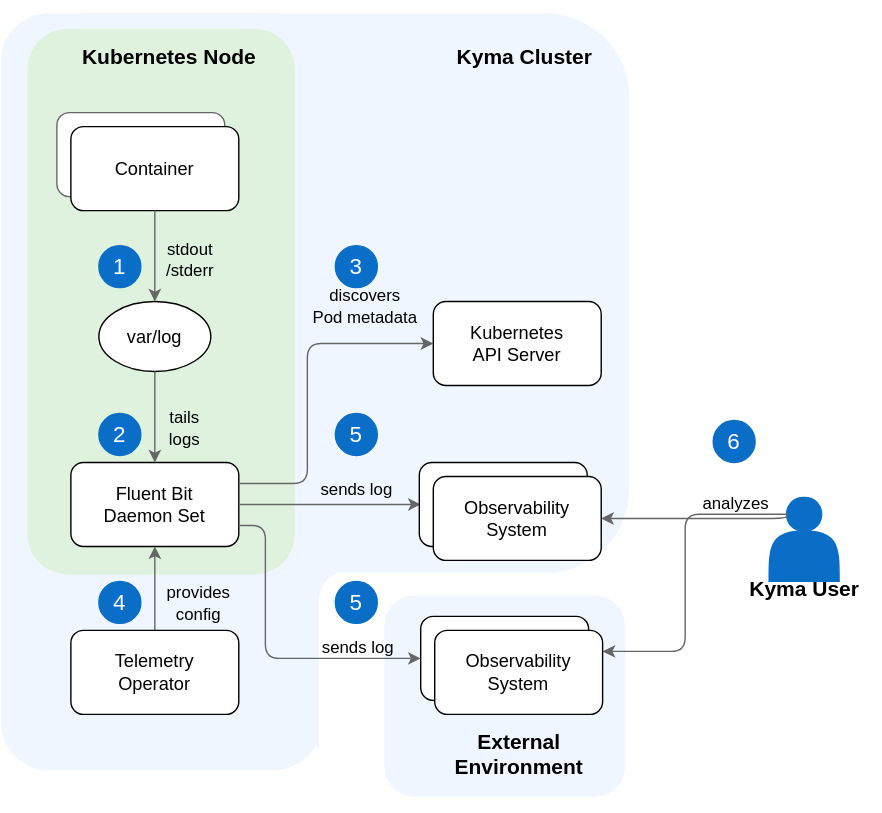
This is docs/user/assets/logging-arch.drawio.svg from kyma-project/telemetry-manager, a draw.io export, as it was before one commit. Source tidied: cells renumbered, new cells last; positions are measured from the earlier drawing's top-left corner, leaving out a move shared by most shapes.
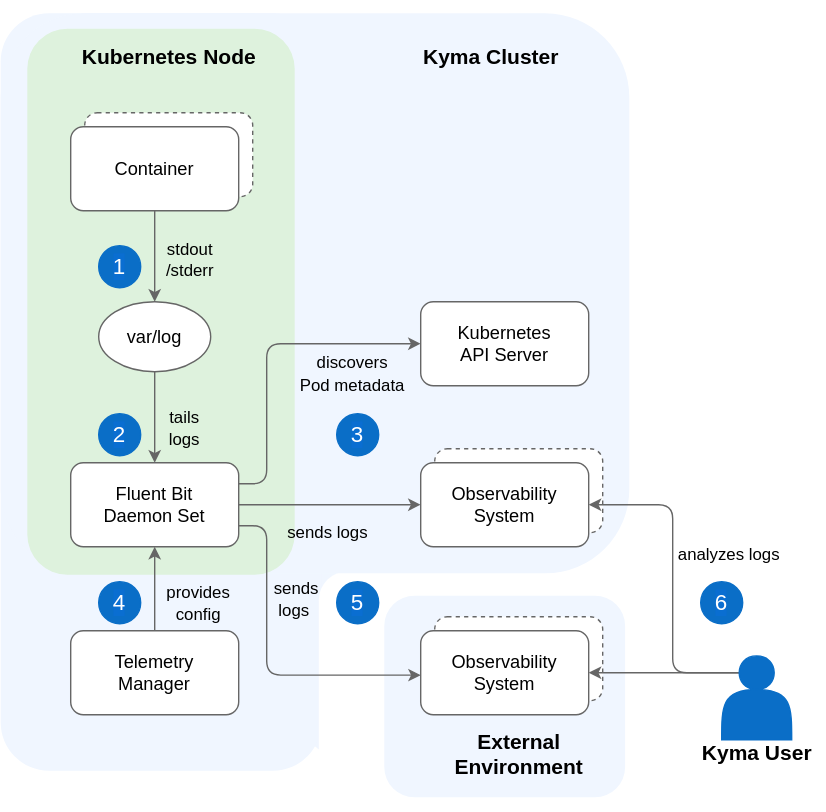
Above is the later version.

What changed in the source:
```diff
@@ -3,7 +3,7 @@
     <mxCell id="0" />
     <mxCell id="1" parent="0" />
     <mxCell id="2" style="rounded=0;whiteSpace=wrap;html=1;strokeColor=none;fillColor=#FFFFFF;" parent="1" vertex="1">
-      <mxGeometry width="629" height="580" as="geometry" />
+      <mxGeometry width="590" height="580" as="geometry" />
     </mxCell>
     <mxCell id="3" style="rounded=1;whiteSpace=wrap;html=1;strokeColor=none;fillColor=#F0F6FF;" parent="1" vertex="1">
       <mxGeometry x="219" y="402.5" width="118.7" height="135" as="geometry" />
@@ -20,13 +20,13 @@
     <mxCell id="7" style="rounded=1;whiteSpace=wrap;html=1;strokeColor=none;fillColor=#DEF2DD;" parent="1" vertex="1">
       <mxGeometry x="19" y="20" width="191" height="390" as="geometry" />
     </mxCell>
-    <mxCell id="8" style="rounded=1;whiteSpace=wrap;html=1;fillColor=#ffffff;gradientColor=none;strokeColor=#666666;" parent="1" vertex="1">
-      <mxGeometry x="40" y="80" width="120" height="60" as="geometry" />
+    <mxCell id="8" style="rounded=1;whiteSpace=wrap;html=1;fillColor=#ffffff;gradientColor=none;strokeColor=#666666;dashed=1;" parent="1" vertex="1">
+      <mxGeometry x="60" y="80" width="120" height="60" as="geometry" />
     </mxCell>
-    <mxCell id="9" value="Container" style="rounded=1;whiteSpace=wrap;html=1;fontSize=13;" parent="1" vertex="1">
+    <mxCell id="9" value="Container" style="rounded=1;whiteSpace=wrap;html=1;fontSize=13;strokeColor=#666666;" parent="1" vertex="1">
       <mxGeometry x="50" y="90" width="120" height="60" as="geometry" />
     </mxCell>
-    <mxCell id="10" value="var/log" style="ellipse;whiteSpace=wrap;html=1;fontSize=13;" parent="1" vertex="1">
+    <mxCell id="10" value="var/log" style="ellipse;whiteSpace=wrap;html=1;fontSize=13;strokeColor=#666666;" parent="1" vertex="1">
       <mxGeometry x="70" y="215" width="80" height="50" as="geometry" />
     </mxCell>
     <mxCell id="11" style="edgeStyle=orthogonalEdgeStyle;rounded=1;jettySize=auto;html=1;startArrow=none;startFill=0;endArrow=classic;endFill=1;strokeColor=#666666;exitX=0.5;exitY=1;exitDx=0;exitDy=0;entryX=0.5;entryY=0;entryDx=0;entryDy=0;" parent="1" edge="1" source="9" target="10">
@@ -35,7 +35,7 @@
     <mxCell id="12" value="stdout&lt;br&gt;/stderr" style="text;html=1;align=center;verticalAlign=middle;" parent="1" vertex="1">
       <mxGeometry x="110" y="170" width="50" height="30" as="geometry" />
     </mxCell>
-    <mxCell id="13" value="Fluent Bit&lt;br&gt;Daemon Set" style="rounded=1;whiteSpace=wrap;html=1;fontSize=13;" parent="1" vertex="1">
+    <mxCell id="13" value="Fluent Bit&lt;br&gt;Daemon Set" style="rounded=1;whiteSpace=wrap;html=1;fontSize=13;strokeColor=#666666;" parent="1" vertex="1">
       <mxGeometry x="50" y="330" width="120" height="60" as="geometry" />
     </mxCell>
     <mxCell id="14" value="&lt;font style=&quot;font-size: 16px&quot;&gt;1&lt;/font&gt;" style="ellipse;whiteSpace=wrap;html=1;labelBackgroundColor=#0A6ED1;fontColor=#FFFFFF;fillColor=#0A6EC7;strokeColor=#0A6EC7;" parent="1" vertex="1">
@@ -44,36 +44,28 @@
     <mxCell id="15" style="edgeStyle=orthogonalEdgeStyle;rounded=1;jettySize=auto;html=1;startArrow=none;startFill=0;endArrow=classic;endFill=1;exitX=1;exitY=0.25;exitDx=0;exitDy=0;strokeColor=#666666;entryX=0;entryY=0.5;entryDx=0;entryDy=0;" parent="1" edge="1" source="13" target="26">
       <mxGeometry relative="1" as="geometry">
         <Array as="points">
-          <mxPoint x="219" y="345" />
-          <mxPoint x="219" y="245" />
+          <mxPoint x="190" y="345" />
+          <mxPoint x="190" y="245" />
         </Array>
       </mxGeometry>
     </mxCell>
     <mxCell id="16" value="&lt;font style=&quot;font-size: 12px&quot;&gt;discovers&lt;br&gt;Pod metadata&lt;/font&gt;" style="text;html=1;align=center;verticalAlign=middle;labelBackgroundColor=none;fontSize=13;" parent="15" vertex="1">
       <mxGeometry x="-0.24" y="2" relative="1" as="geometry">
-        <mxPoint x="42" y="-86" as="offset" />
+        <mxPoint x="62" y="-12" as="offset" />
       </mxGeometry>
     </mxCell>
     <mxCell id="17" value="&lt;font style=&quot;font-size: 16px&quot;&gt;2&lt;/font&gt;" style="ellipse;whiteSpace=wrap;html=1;labelBackgroundColor=#0A6ED1;fontColor=#FFFFFF;fillColor=#0A6EC7;strokeColor=#0A6EC7;" parent="1" vertex="1">
       <mxGeometry x="70" y="295" width="30" height="30" as="geometry" />
     </mxCell>
     <mxCell id="18" value="&lt;font style=&quot;font-size: 16px&quot;&gt;5&lt;/font&gt;" style="ellipse;whiteSpace=wrap;html=1;labelBackgroundColor=#0A6ED1;fontColor=#FFFFFF;fillColor=#0A6EC7;strokeColor=#0A6EC7;" parent="1" vertex="1">
-      <mxGeometry x="239" y="295" width="30" height="30" as="geometry" />
+      <mxGeometry x="240" y="415" width="30" height="30" as="geometry" />
     </mxCell>
-    <mxCell id="19" value="sends log&amp;nbsp;" style="text;html=1;align=center;verticalAlign=middle;strokeColor=none;" parent="1" vertex="1">
-      <mxGeometry x="219" y="340" width="70" height="20" as="geometry" />
+    <mxCell id="19" value="sends logs&amp;nbsp;" style="text;html=1;align=center;verticalAlign=middle;strokeColor=none;" parent="1" vertex="1">
+      <mxGeometry x="195" y="365" width="80" height="30" as="geometry" />
     </mxCell>
     <mxCell id="20" value="&lt;font style=&quot;font-size: 15px&quot;&gt;&lt;b&gt;Kubernetes Node&lt;/b&gt;&lt;/font&gt;" style="text;html=1;align=center;verticalAlign=middle;" parent="1" vertex="1">
       <mxGeometry x="50" y="30" width="140" height="20" as="geometry" />
     </mxCell>
-    <mxCell id="21" style="edgeStyle=orthogonalEdgeStyle;rounded=1;jettySize=auto;html=1;startArrow=none;startFill=0;endArrow=classic;endFill=1;strokeColor=#666666;exitX=1;exitY=0.5;exitDx=0;exitDy=0;entryX=0;entryY=0.5;entryDx=0;entryDy=0;" parent="1" edge="1" source="13">
-      <mxGeometry relative="1" as="geometry">
-        <mxPoint x="300" y="360" as="targetPoint" />
-        <Array as="points">
-          <mxPoint x="300" y="360" />
-        </Array>
-      </mxGeometry>
-    </mxCell>
     <mxCell id="22" style="edgeStyle=orthogonalEdgeStyle;rounded=1;jettySize=auto;html=1;startArrow=none;startFill=0;endArrow=classic;endFill=1;exitX=0.5;exitY=0;exitDx=0;exitDy=0;strokeColor=#666666;entryX=0.5;entryY=1;entryDx=0;entryDy=0;" parent="1" edge="1" source="30" target="13">
       <mxGeometry relative="1" as="geometry" />
     </mxCell>
@@ -90,84 +82,87 @@
         <mxPoint x="18" y="14" as="offset" />
       </mxGeometry>
     </mxCell>
-    <mxCell id="26" value="Kubernetes&lt;br&gt;API Server" style="rounded=1;whiteSpace=wrap;html=1;fontSize=13;" parent="1" vertex="1">
-      <mxGeometry x="309" y="215" width="120" height="60" as="geometry" />
+    <mxCell id="26" value="Kubernetes&lt;br&gt;API Server" style="rounded=1;whiteSpace=wrap;html=1;fontSize=13;strokeColor=#666666;" parent="1" vertex="1">
+      <mxGeometry x="300" y="215" width="120" height="60" as="geometry" />
     </mxCell>
     <mxCell id="27" value="&lt;font style=&quot;font-size: 16px&quot;&gt;3&lt;/font&gt;" style="ellipse;whiteSpace=wrap;html=1;labelBackgroundColor=#0A6ED1;fontColor=#FFFFFF;fillColor=#0A6EC7;strokeColor=#0A6EC7;" parent="1" vertex="1">
-      <mxGeometry x="239" y="175" width="30" height="30" as="geometry" />
+      <mxGeometry x="240" y="295" width="30" height="30" as="geometry" />
     </mxCell>
-    <mxCell id="28" style="shape=actor;whiteSpace=wrap;html=1;fillColor=#0A6EC7;strokeColor=#0A6EC7;" parent="1" vertex="1">
-      <mxGeometry x="549" y="355" width="50" height="60" as="geometry" />
-    </mxCell>
-    <mxCell id="29" value="&lt;font style=&quot;font-size: 15px&quot;&gt;&lt;b&gt;Kyma User&lt;/b&gt;&lt;/font&gt;" style="text;html=1;align=center;verticalAlign=middle;fontSize=15;" parent="1" vertex="1">
-      <mxGeometry x="529" y="410" width="90" height="20" as="geometry" />
-    </mxCell>
-    <mxCell id="30" value="Telemetry&lt;br&gt;Operator" style="rounded=1;whiteSpace=wrap;html=1;fontSize=13;" parent="1" vertex="1">
+    <mxCell id="30" value="Telemetry&lt;br&gt;Manager" style="rounded=1;whiteSpace=wrap;html=1;fontSize=13;strokeColor=#666666;" parent="1" vertex="1">
       <mxGeometry x="50" y="450" width="120" height="60" as="geometry" />
     </mxCell>
     <mxCell id="31" value="&lt;font style=&quot;font-size: 16px&quot;&gt;4&lt;/font&gt;" style="ellipse;whiteSpace=wrap;html=1;labelBackgroundColor=#0A6ED1;fontColor=#FFFFFF;fillColor=#0A6EC7;strokeColor=#0A6EC7;" parent="1" vertex="1">
       <mxGeometry x="70" y="415" width="30" height="30" as="geometry" />
     </mxCell>
-    <mxCell id="32" value="&lt;font style=&quot;font-size: 16px&quot;&gt;5&lt;/font&gt;" style="ellipse;whiteSpace=wrap;html=1;labelBackgroundColor=#0A6ED1;fontColor=#FFFFFF;fillColor=#0A6EC7;strokeColor=#0A6EC7;" parent="1" vertex="1">
-      <mxGeometry x="239" y="415" width="30" height="30" as="geometry" />
-    </mxCell>
     <mxCell id="33" style="rounded=1;whiteSpace=wrap;html=1;strokeColor=none;fillColor=#F0F6FF;" parent="1" vertex="1">
       <mxGeometry x="274" y="425" width="172" height="144" as="geometry" />
     </mxCell>
-    <mxCell id="34" value="Observability&lt;br&gt;System" style="rounded=1;whiteSpace=wrap;html=1;fontSize=13;" parent="1" vertex="1">
-      <mxGeometry x="300" y="440" width="120" height="60" as="geometry" />
+    <mxCell id="34" value="Observability&lt;br&gt;System" style="rounded=1;whiteSpace=wrap;html=1;fontSize=13;strokeColor=#666666;dashed=1;" parent="1" vertex="1">
+      <mxGeometry x="310" y="440" width="120" height="60" as="geometry" />
     </mxCell>
-    <mxCell id="35" style="edgeStyle=orthogonalEdgeStyle;rounded=1;jettySize=auto;html=1;strokeColor=#666666;entryX=1;entryY=0.25;entryDx=0;entryDy=0;exitX=0.25;exitY=0.2;exitDx=0;exitDy=0;exitPerimeter=0;" parent="1" edge="1" source="28" target="43">
-      <mxGeometry relative="1" as="geometry">
-        <Array as="points">
-          <mxPoint x="489" y="367" />
-          <mxPoint x="489" y="465" />
-        </Array>
-      </mxGeometry>
+    <mxCell id="35" style="edgeStyle=orthogonalEdgeStyle;rounded=1;jettySize=auto;html=1;strokeColor=#666666;entryX=1;entryY=0.5;entryDx=0;entryDy=0;exitX=0.25;exitY=0.2;exitDx=0;exitDy=0;exitPerimeter=0;" parent="1" edge="1" source="28" target="43">
+      <mxGeometry relative="1" as="geometry" />
     </mxCell>
     <mxCell id="36" value="&lt;font style=&quot;font-size: 15px&quot;&gt;&lt;b&gt;Kyma Cluster&lt;/b&gt;&lt;/font&gt;" style="text;html=1;align=center;verticalAlign=middle;" parent="1" vertex="1">
-      <mxGeometry x="319" y="30" width="110" height="20" as="geometry" />
+      <mxGeometry x="295" y="30" width="110" height="20" as="geometry" />
     </mxCell>
     <mxCell id="37" value="&lt;font style=&quot;font-size: 15px&quot;&gt;&lt;b&gt;External&lt;br&gt;Environment&lt;/b&gt;&lt;/font&gt;" style="text;html=1;align=center;verticalAlign=middle;" parent="1" vertex="1">
       <mxGeometry x="315" y="517.5" width="110" height="40" as="geometry" />
     </mxCell>
     <mxCell id="38" value="&lt;font style=&quot;font-size: 16px&quot;&gt;6&lt;/font&gt;" style="ellipse;whiteSpace=wrap;html=1;labelBackgroundColor=#0A6ED1;fontColor=#FFFFFF;fillColor=#0A6EC7;strokeColor=#0A6EC7;" parent="1" vertex="1">
-      <mxGeometry x="509" y="300" width="30" height="30" as="geometry" />
+      <mxGeometry x="500" y="415" width="30" height="30" as="geometry" />
     </mxCell>
-    <mxCell id="39" style="edgeStyle=orthogonalEdgeStyle;rounded=1;jettySize=auto;html=1;startArrow=none;startFill=0;endArrow=classic;endFill=1;exitX=1;exitY=0.75;exitDx=0;exitDy=0;strokeColor=#666666;entryX=0;entryY=0.5;entryDx=0;entryDy=0;" parent="1" edge="1" target="34">
+    <mxCell id="39" style="edgeStyle=orthogonalEdgeStyle;rounded=1;jettySize=auto;html=1;startArrow=none;startFill=0;endArrow=classic;endFill=1;exitX=1;exitY=0.75;exitDx=0;exitDy=0;strokeColor=#666666;entryX=0.001;entryY=0.529;entryDx=0;entryDy=0;entryPerimeter=0;" parent="1" edge="1" source="13" target="43">
       <mxGeometry relative="1" as="geometry">
-        <mxPoint x="170" y="375" as="sourcePoint" />
         <Array as="points">
-          <mxPoint x="189" y="375" />
-          <mxPoint x="189" y="470" />
+          <mxPoint x="190" y="375" />
+          <mxPoint x="190" y="482" />
         </Array>
       </mxGeometry>
     </mxCell>
-    <mxCell id="40" value="&lt;span style=&quot;font-size: 12px&quot;&gt;sends log&lt;/span&gt;&lt;span style=&quot;font-size: 12px&quot;&gt;&amp;nbsp;&lt;/span&gt;" style="text;html=1;align=center;verticalAlign=middle;labelBackgroundColor=none;fontSize=13;" parent="39" vertex="1">
+    <mxCell id="40" value="&lt;span style=&quot;font-size: 12px&quot;&gt;sends&lt;br&gt;logs&lt;/span&gt;&lt;span style=&quot;font-size: 12px&quot;&gt;&amp;nbsp;&lt;/span&gt;" style="text;html=1;align=center;verticalAlign=middle;labelBackgroundColor=none;fontSize=13;" parent="39" vertex="1">
       <mxGeometry x="-0.24" y="2" relative="1" as="geometry">
-        <mxPoint x="63" y="19" as="offset" />
+        <mxPoint x="18" y="-19" as="offset" />
       </mxGeometry>
     </mxCell>
-    <mxCell id="41" style="edgeStyle=orthogonalEdgeStyle;rounded=1;jettySize=auto;html=1;startArrow=none;startFill=0;endArrow=classic;endFill=1;exitX=0.25;exitY=0.2;exitDx=0;exitDy=0;strokeColor=#666666;entryX=1;entryY=0.5;entryDx=0;entryDy=0;exitPerimeter=0;" parent="1" edge="1" source="28" target="45">
-      <mxGeometry relative="1" as="geometry">
-        <Array as="points">
-          <mxPoint x="562" y="370" />
-        </Array>
-      </mxGeometry>
-    </mxCell>
-    <mxCell id="42" value="&lt;span style=&quot;font-size: 12px;&quot;&gt;analyzes&lt;/span&gt;" style="text;html=1;align=center;verticalAlign=middle;labelBackgroundColor=none;fontSize=13;" parent="41" vertex="1">
-      <mxGeometry x="-0.24" y="2" relative="1" as="geometry">
-        <mxPoint x="12" y="-14" as="offset" />
-      </mxGeometry>
-    </mxCell>
-    <mxCell id="43" value="Observability&lt;br&gt;System" style="rounded=1;whiteSpace=wrap;html=1;fontSize=13;" parent="1" vertex="1">
-      <mxGeometry x="310" y="450" width="120" height="60" as="geometry" />
+    <mxCell id="43" value="Observability&lt;br&gt;System" style="rounded=1;whiteSpace=wrap;html=1;fontSize=13;strokeColor=#666666;" parent="1" vertex="1">
+      <mxGeometry x="300" y="450" width="120" height="60" as="geometry" />
     </mxCell>
-    <mxCell id="44" value="Observability&lt;br&gt;System" style="rounded=1;whiteSpace=wrap;html=1;fontSize=13;" parent="1" vertex="1">
-      <mxGeometry x="299" y="330" width="120" height="60" as="geometry" />
+    <mxCell id="44" value="Observability&lt;br&gt;System" style="rounded=1;whiteSpace=wrap;html=1;fontSize=13;strokeColor=#666666;dashed=1;" parent="1" vertex="1">
+      <mxGeometry x="310" y="320" width="120" height="60" as="geometry" />
     </mxCell>
-    <mxCell id="45" value="Observability&lt;br&gt;System" style="rounded=1;whiteSpace=wrap;html=1;fontSize=13;" parent="1" vertex="1">
-      <mxGeometry x="309" y="340" width="120" height="60" as="geometry" />
+    <mxCell id="45" value="Observability&lt;br&gt;System" style="rounded=1;whiteSpace=wrap;html=1;fontSize=13;strokeColor=#666666;" parent="1" vertex="1">
+      <mxGeometry x="300" y="330" width="120" height="60" as="geometry" />
     </mxCell>
+    <mxCell id="41" style="rounded=1;jettySize=auto;html=1;strokeColor=#666666;entryX=1;entryY=0.5;entryDx=0;entryDy=0;exitX=0.25;exitY=0.2;exitDx=0;exitDy=0;exitPerimeter=0;edgeStyle=orthogonalEdgeStyle;" parent="1" edge="1" source="28" target="45">
+      <mxGeometry relative="1" as="geometry">
+        <Array as="points">
+          <mxPoint x="480" y="480" />
+          <mxPoint x="480" y="360" />
+        </Array>
+      </mxGeometry>
+    </mxCell>
+    <mxCell id="46" value="analyzes logs" style="edgeLabel;html=1;align=center;verticalAlign=middle;fontSize=12;" parent="41" vertex="1">
+      <mxGeometry x="0.09" y="-1" relative="1" as="geometry">
+        <mxPoint x="38" y="-8" as="offset" />
+      </mxGeometry>
+    </mxCell>
+    <mxCell id="47" style="group;" parent="1" vertex="1">
+      <mxGeometry x="495" y="468" width="90" height="79" as="geometry" />
+    </mxCell>
+    <mxCell id="28" style="shape=actor;whiteSpace=wrap;html=1;fillColor=#0A6EC7;strokeColor=#0A6EC7;" parent="47" vertex="1">
+      <mxGeometry x="20" width="50" height="60" as="geometry" />
+    </mxCell>
+    <mxCell id="29" value="&lt;font style=&quot;font-size: 15px&quot;&gt;&lt;b&gt;Kyma User&lt;/b&gt;&lt;/font&gt;" style="text;html=1;align=center;verticalAlign=middle;fontSize=15;" parent="47" vertex="1">
+      <mxGeometry y="59" width="90" height="20" as="geometry" />
+    </mxCell>
+    <mxCell id="21" style="edgeStyle=orthogonalEdgeStyle;rounded=1;jettySize=auto;html=1;startArrow=none;startFill=0;endArrow=classic;endFill=1;strokeColor=#666666;exitX=1;exitY=0.5;exitDx=0;exitDy=0;entryX=0;entryY=0.5;entryDx=0;entryDy=0;" parent="1" edge="1" source="13" target="45">
+      <mxGeometry relative="1" as="geometry">
+        <Array as="points">
+          <mxPoint x="190" y="360" />
+          <mxPoint x="190" y="360" />
+        </Array>
+      </mxGeometry>
+    </mxCell>
   </root>
 </mxGraphModel>
```
